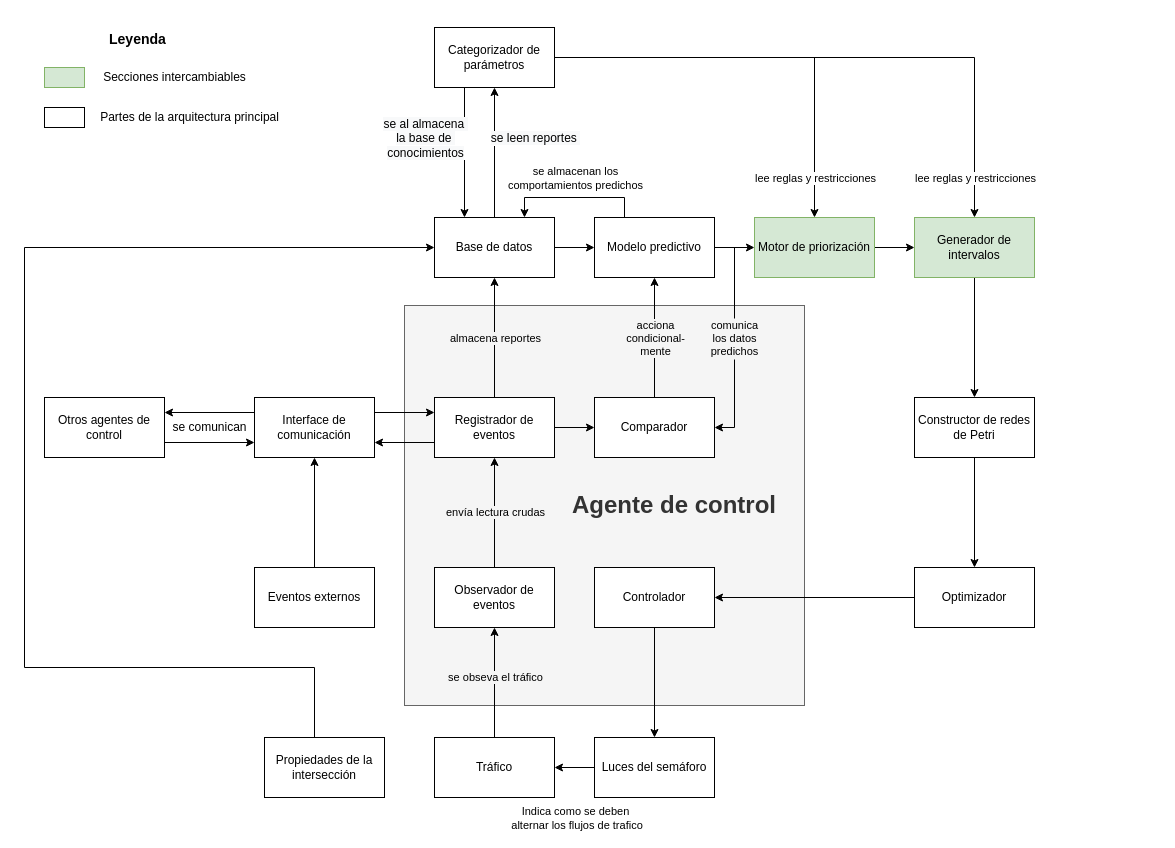
Before: Apuntes/arquitectura/Propuesta de arquitectura.drawio in gggiovanny/TesisSemaforosInteligentes, a draw.io diagram. Source tidied: cells renumbered, new cells numbered last; positions are measured from the earlier drawing's top-left corner, leaving out a move shared by most shapes. Both pictures are drawn from the tidied source at 100%, with x=0, y=0 at pixel (24, 27).
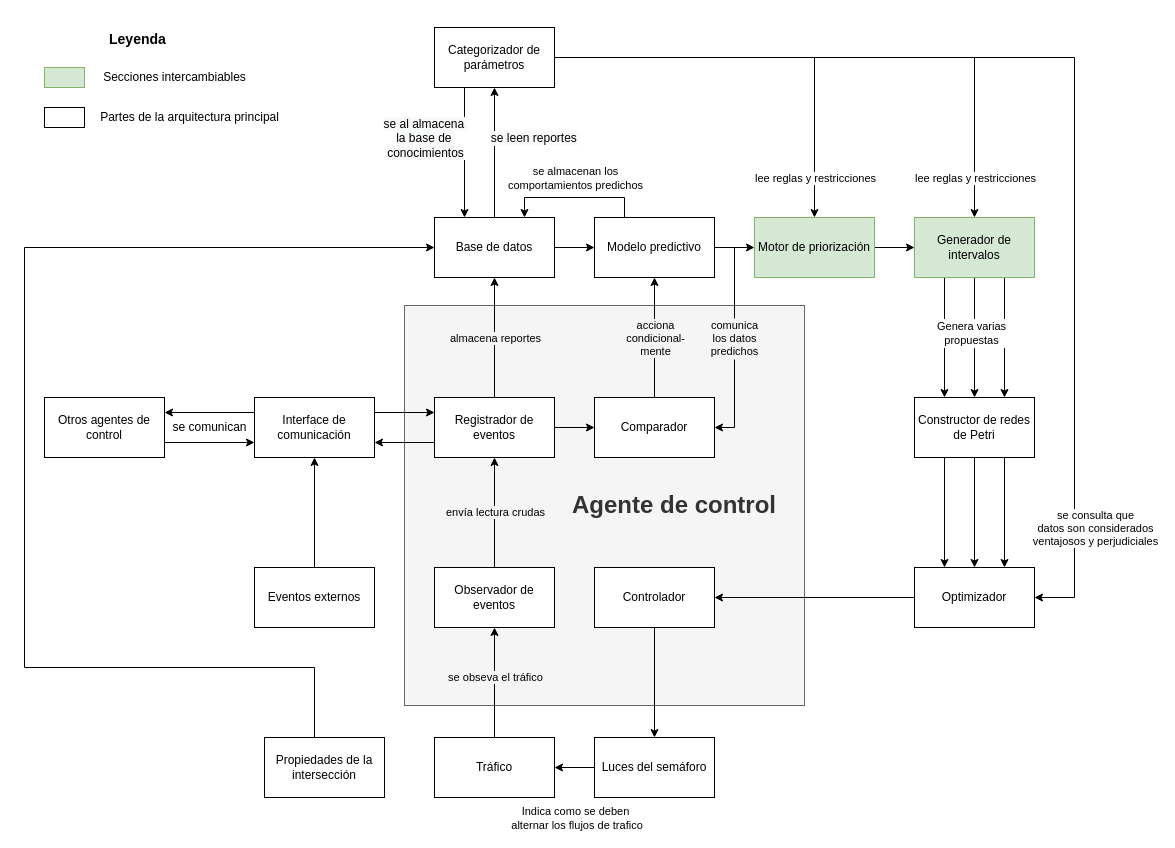
Above is the later version.

Commit message (it also covers changes not shown here):
Termida descripción de los campos faltantes.

Unchanged cells that the change refers to:
```xml
<mxCell id="22" value="Constructor de redes de Petri" style="whiteSpace=wrap;html=1;" parent="1" vertex="1">
  <mxGeometry x="890" y="370" width="120" height="60" as="geometry" />
</mxCell>
<mxCell id="24" value="Optimizador" style="whiteSpace=wrap;html=1;" parent="1" vertex="1">
  <mxGeometry x="890" y="540" width="120" height="60" as="geometry" />
</mxCell>
<mxCell id="59" value="Categorizador de parámetros" style="whiteSpace=wrap;html=1;" parent="1" vertex="1">
  <mxGeometry x="410" width="120" height="60" as="geometry" />
</mxCell>
<mxCell id="61" value="Generador de intervalos" style="whiteSpace=wrap;html=1;fillColor=#d5e8d4;strokeColor=#82b366;" parent="1" vertex="1">
  <mxGeometry x="890" y="190" width="120" height="60" as="geometry" />
</mxCell>
```

What changed in the source:
```diff
@@
+    <mxCell id="62" style="edgeStyle=orthogonalEdgeStyle;rounded=0;jettySize=auto;html=1;exitX=0.25;exitY=1;exitDx=0;exitDy=0;entryX=0.25;entryY=0;entryDx=0;entryDy=0;" parent="1" edge="1" source="22" target="24">
+      <mxGeometry relative="1" as="geometry" />
+    </mxCell>
+    <mxCell id="63" style="edgeStyle=orthogonalEdgeStyle;rounded=0;jettySize=auto;html=1;exitX=0.75;exitY=1;exitDx=0;exitDy=0;entryX=0.75;entryY=0;entryDx=0;entryDy=0;" parent="1" edge="1" source="22" target="24">
+      <mxGeometry relative="1" as="geometry" />
+    </mxCell>
@@
+    <mxCell id="64" style="edgeStyle=orthogonalEdgeStyle;rounded=0;jettySize=auto;html=1;exitX=1;exitY=0.5;exitDx=0;exitDy=0;entryX=1;entryY=0.5;entryDx=0;entryDy=0;" parent="1" edge="1" source="59" target="24">
+      <mxGeometry relative="1" as="geometry">
+        <Array as="points">
+          <mxPoint x="1050" y="30" />
+          <mxPoint x="1050" y="570" />
+        </Array>
+      </mxGeometry>
+    </mxCell>
+    <mxCell id="65" value="se consulta que&lt;br&gt;datos son considerados&lt;br&gt;ventajosos y perjudiciales" style="edgeLabel;html=1;align=center;verticalAlign=middle;" parent="64" vertex="1">
+      <mxGeometry x="0.8" y="-3" relative="1" as="geometry">
+        <mxPoint x="23" as="offset" />
+      </mxGeometry>
+    </mxCell>
@@
+    <mxCell id="66" style="edgeStyle=orthogonalEdgeStyle;rounded=0;jettySize=auto;html=1;exitX=0.75;exitY=1;exitDx=0;exitDy=0;entryX=0.75;entryY=0;entryDx=0;entryDy=0;" parent="1" edge="1" source="61" target="22">
+      <mxGeometry relative="1" as="geometry" />
+    </mxCell>
+    <mxCell id="67" style="edgeStyle=orthogonalEdgeStyle;rounded=0;jettySize=auto;html=1;exitX=0.25;exitY=1;exitDx=0;exitDy=0;entryX=0.25;entryY=0;entryDx=0;entryDy=0;" parent="1" edge="1" source="61" target="22">
+      <mxGeometry relative="1" as="geometry" />
+    </mxCell>
@@
+    <mxCell id="68" value="&lt;span style=&quot;color: rgb(0, 0, 0); font-family: helvetica; font-size: 11px; font-style: normal; font-weight: 400; letter-spacing: normal; text-indent: 0px; text-transform: none; word-spacing: 0px; display: inline; float: none;&quot;&gt;Genera varias&lt;/span&gt;&lt;br style=&quot;color: rgb(0, 0, 0); font-family: helvetica; font-size: 11px; font-style: normal; font-weight: 400; letter-spacing: normal; text-indent: 0px; text-transform: none; word-spacing: 0px;&quot;&gt;&lt;span style=&quot;color: rgb(0, 0, 0); font-family: helvetica; font-size: 11px; font-style: normal; font-weight: 400; letter-spacing: normal; text-indent: 0px; text-transform: none; word-spacing: 0px; display: inline; float: none;&quot;&gt;propuestas&lt;/span&gt;" style="text;whiteSpace=wrap;html=1;align=center;labelBackgroundColor=#ffffff;" parent="1" vertex="1">
+      <mxGeometry x="885" y="285" width="125" height="42" as="geometry" />
+    </mxCell>
```
